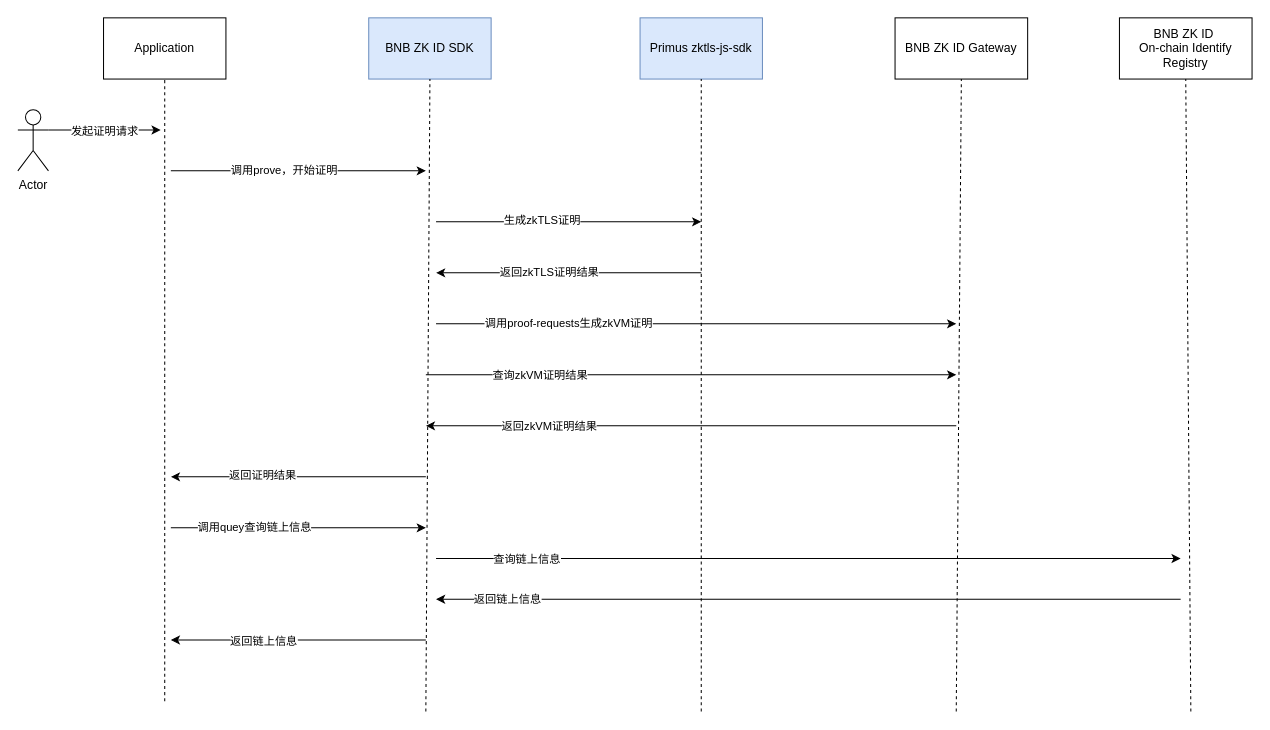
primus-labs/BNB-ZKID-SDK keeps this draw.io diagram as docs/images/bnb-zkid-client.drawio. Above is the earlier version. Source tidied: cells renumbered, new cells numbered last; positions are measured from the earlier drawing's top-left corner, leaving out a move shared by most shapes. Both pictures are drawn from the tidied source at 102%, with x=0, y=0 at pixel (17, 17).
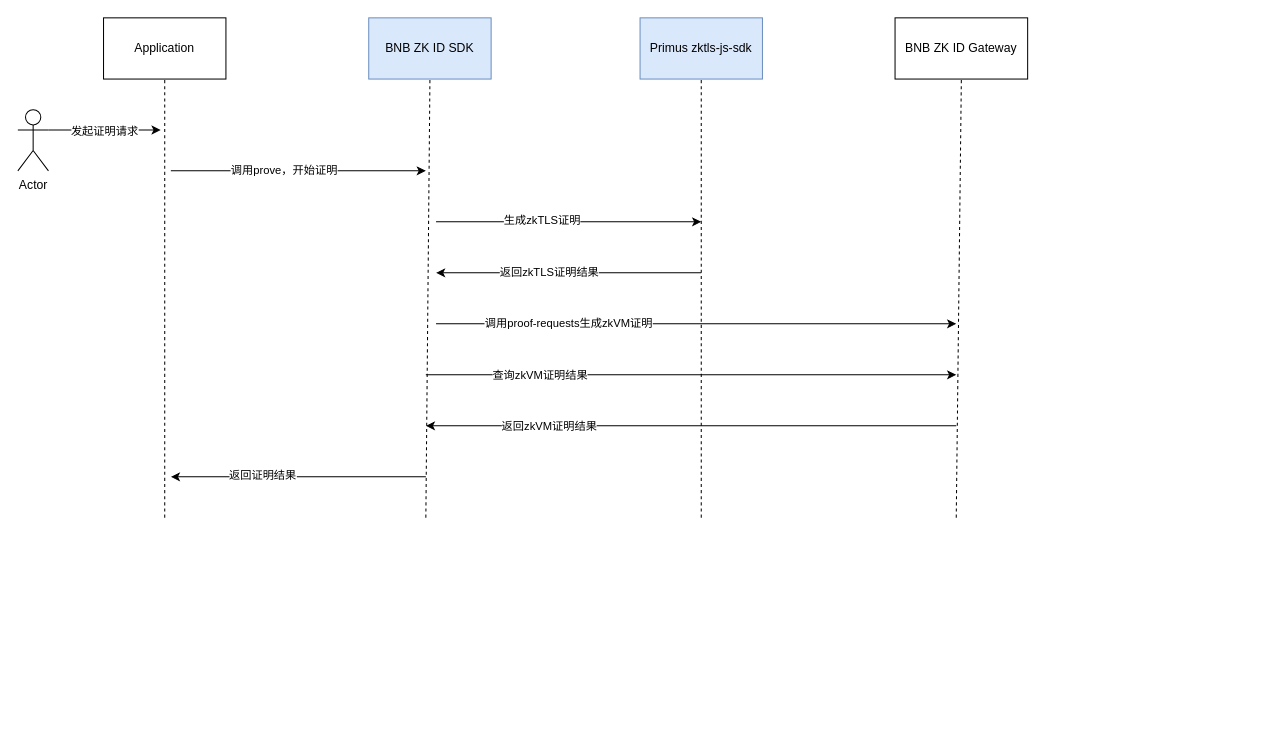
The same diagram, later.

Commit message (it also covers changes not shown here):
Update architecture manual and diagram

Unchanged cells that the change refers to:
```xml
<mxCell id="2" value="Application" style="rounded=0;whiteSpace=wrap;html=1;" parent="1" vertex="1">
  <mxGeometry x="84" width="120" height="60" as="geometry" />
</mxCell>
<mxCell id="3" value="BNB ZK ID SDK" style="rounded=0;whiteSpace=wrap;html=1;fillColor=#dae8fc;strokeColor=#6c8ebf;" parent="1" vertex="1">
  <mxGeometry x="344" width="120" height="60" as="geometry" />
</mxCell>
<mxCell id="4" value="Primus zktls-js-sdk" style="rounded=0;whiteSpace=wrap;html=1;fillColor=#dae8fc;strokeColor=#6c8ebf;" parent="1" vertex="1">
  <mxGeometry x="610" width="120" height="60" as="geometry" />
</mxCell>
<mxCell id="5" value="BNB ZK ID Gateway" style="rounded=0;whiteSpace=wrap;html=1;" parent="1" vertex="1">
  <mxGeometry x="860" width="130" height="60" as="geometry" />
</mxCell>
```

Diff of the diagram source:
```diff
@@
     <mxCell id="6" style="endArrow=none;dashed=1;html=1;rounded=0;entryX=0.5;entryY=1;entryDx=0;entryDy=0;" parent="1" edge="1" target="2">
       <mxGeometry relative="1" as="geometry">
-        <mxPoint x="144" y="670" as="sourcePoint" />
+        <mxPoint x="144" y="490" as="sourcePoint" />
       </mxGeometry>
     </mxCell>
     <mxCell id="7" style="endArrow=none;dashed=1;html=1;rounded=0;entryX=0.5;entryY=1;entryDx=0;entryDy=0;" parent="1" edge="1" target="3">
       <mxGeometry relative="1" as="geometry">
-        <mxPoint x="400" y="680" as="sourcePoint" />
+        <mxPoint x="400" y="490" as="sourcePoint" />
       </mxGeometry>
     </mxCell>
     <mxCell id="8" style="endArrow=none;dashed=1;html=1;rounded=0;entryX=0.5;entryY=1;entryDx=0;entryDy=0;" parent="1" edge="1" target="4">
       <mxGeometry relative="1" as="geometry">
-        <mxPoint x="670" y="680" as="sourcePoint" />
+        <mxPoint x="670" y="490" as="sourcePoint" />
       </mxGeometry>
     </mxCell>
     <mxCell id="9" style="endArrow=none;dashed=1;html=1;rounded=0;entryX=0.5;entryY=1;entryDx=0;entryDy=0;" parent="1" edge="1" target="5">
       <mxGeometry relative="1" as="geometry">
-        <mxPoint x="920" y="680" as="sourcePoint" />
+        <mxPoint x="920" y="490" as="sourcePoint" />
       </mxGeometry>
     </mxCell>
@@
-    <mxCell id="27" value="BNB ZK ID&amp;nbsp;&lt;div&gt;On-chain Identify Registry&lt;/div&gt;" style="rounded=0;whiteSpace=wrap;html=1;" parent="1" vertex="1">
-      <mxGeometry x="1080" width="130" height="60" as="geometry" />
-    </mxCell>
-    <mxCell id="28" style="endArrow=none;dashed=1;html=1;rounded=0;entryX=0.5;entryY=1;entryDx=0;entryDy=0;" parent="1" edge="1" target="27">
-      <mxGeometry relative="1" as="geometry">
-        <mxPoint x="1150" y="680" as="sourcePoint" />
-      </mxGeometry>
-    </mxCell>
-    <mxCell id="29" style="endArrow=classic;html=1;rounded=0;" parent="1" edge="1">
-      <mxGeometry relative="1" as="geometry">
-        <mxPoint x="150" y="500" as="sourcePoint" />
-        <mxPoint x="400" y="500" as="targetPoint" />
-      </mxGeometry>
-    </mxCell>
-    <mxCell id="30" value="调用quey查询链上信息" style="edgeLabel;html=1;align=center;verticalAlign=middle;" parent="29" vertex="1">
-      <mxGeometry x="-0.45" y="1" relative="1" as="geometry">
-        <mxPoint x="12" as="offset" />
-      </mxGeometry>
-    </mxCell>
-    <mxCell id="31" style="endArrow=classic;html=1;rounded=0;" parent="1" edge="1">
-      <mxGeometry relative="1" as="geometry">
-        <mxPoint x="410" y="530" as="sourcePoint" />
-        <mxPoint x="1140" y="530" as="targetPoint" />
-      </mxGeometry>
-    </mxCell>
-    <mxCell id="32" value="查询链上信息" style="edgeLabel;html=1;align=center;verticalAlign=middle;" parent="31" vertex="1">
-      <mxGeometry x="-0.81" relative="1" as="geometry">
-        <mxPoint x="19" as="offset" />
-      </mxGeometry>
-    </mxCell>
-    <mxCell id="33" style="endArrow=classic;html=1;rounded=0;" parent="1" edge="1">
-      <mxGeometry relative="1" as="geometry">
-        <mxPoint x="1140" y="570" as="sourcePoint" />
-        <mxPoint x="410" y="570" as="targetPoint" />
-      </mxGeometry>
-    </mxCell>
-    <mxCell id="34" value="返回链上信息" style="edgeLabel;html=1;align=center;verticalAlign=middle;" parent="33" vertex="1">
-      <mxGeometry x="0.81" y="-1" relative="1" as="geometry" />
-    </mxCell>
-    <mxCell id="35" style="endArrow=classic;html=1;rounded=0;" parent="1" edge="1">
-      <mxGeometry relative="1" as="geometry">
-        <mxPoint x="400" y="610" as="sourcePoint" />
-        <mxPoint x="150" y="610" as="targetPoint" />
-      </mxGeometry>
-    </mxCell>
-    <mxCell id="36" value="返回链上信息" style="edgeLabel;html=1;align=center;verticalAlign=middle;" parent="35" vertex="1">
-      <mxGeometry x="0.48" relative="1" as="geometry">
-        <mxPoint x="25" as="offset" />
-      </mxGeometry>
-    </mxCell>
```
